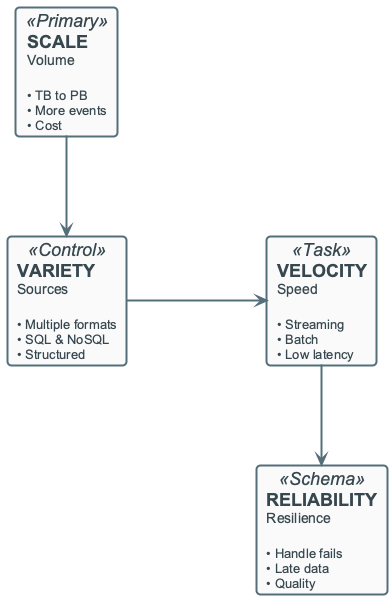
Above: diagrams/week01/week1_why_de_exists.png in OrPerets/data-engineering-course (PlantUML), before the change.
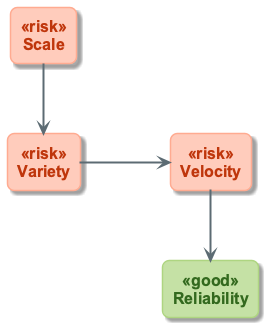
Later version of the same file.

What changed in the source:
```diff
@@ -1,14 +1,15 @@
 @startuml
 !include ../_template_styles.puml
+!include _week1_visual_style.puml
+
 top to bottom direction
+skinparam nodesep 90
+skinparam ranksep 70
 
-card "**SCALE**\n<size:14>Volume</size>\n\n<size:13>• TB to PB</size>\n<size:13>• More events</size>\n<size:13>• Cost</size>" as S <<Primary>>
-
-card "**VARIETY**\n<size:14>Sources</size>\n\n<size:13>• Multiple formats</size>\n<size:13>• SQL & NoSQL</size>\n<size:13>• Structured</size>" as V <<Control>>
-
-card "**VELOCITY**\n<size:14>Speed</size>\n\n<size:13>• Streaming</size>\n<size:13>• Batch</size>\n<size:13>• Low latency</size>" as Ve <<Task>>
-
-card "**RELIABILITY**\n<size:14>Resilience</size>\n\n<size:13>• Handle fails</size>\n<size:13>• Late data</size>\n<size:13>• Quality</size>" as R <<Schema>>
+rectangle "Scale" as S <<risk>>
+rectangle "Variety" as V <<risk>>
+rectangle "Velocity" as Ve <<risk>>
+rectangle "Reliability" as R <<good>>
 
 S -down-> V
 V -right-> Ve
```
